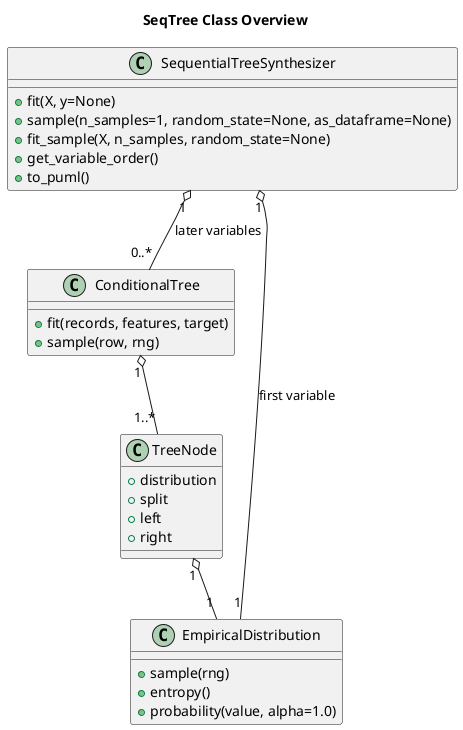
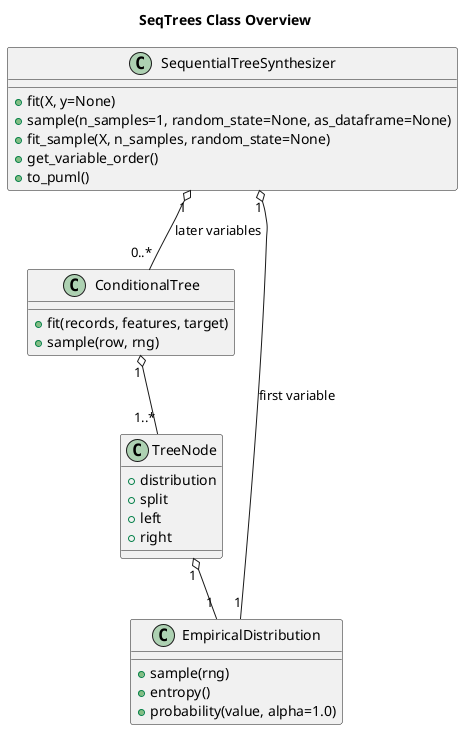
@startuml
- title SeqTree Class Overview
+ title SeqTrees Class Overview

class SequentialTreeSynthesizer {
  +fit(X, y=None)
  +sample(n_samples=1, random_state=None, as_dataframe=None)
  +fit_sample(X, n_samples, random_state=None)
  +get_variable_order()
  +to_puml()
}

class ConditionalTree {
  +fit(records, features, target)
  +sample(row, rng)
}

class TreeNode {
  +distribution
  +split
  +left
  +right
}

class EmpiricalDistribution {
  +sample(rng)
  +entropy()
  +probability(value, alpha=1.0)
}

SequentialTreeSynthesizer "1" o-- "1" EmpiricalDistribution : first variable
SequentialTreeSynthesizer "1" o-- "0..*" ConditionalTree : later variables
ConditionalTree "1" o-- "1..*" TreeNode
TreeNode "1" o-- "1" EmpiricalDistribution
@enduml
